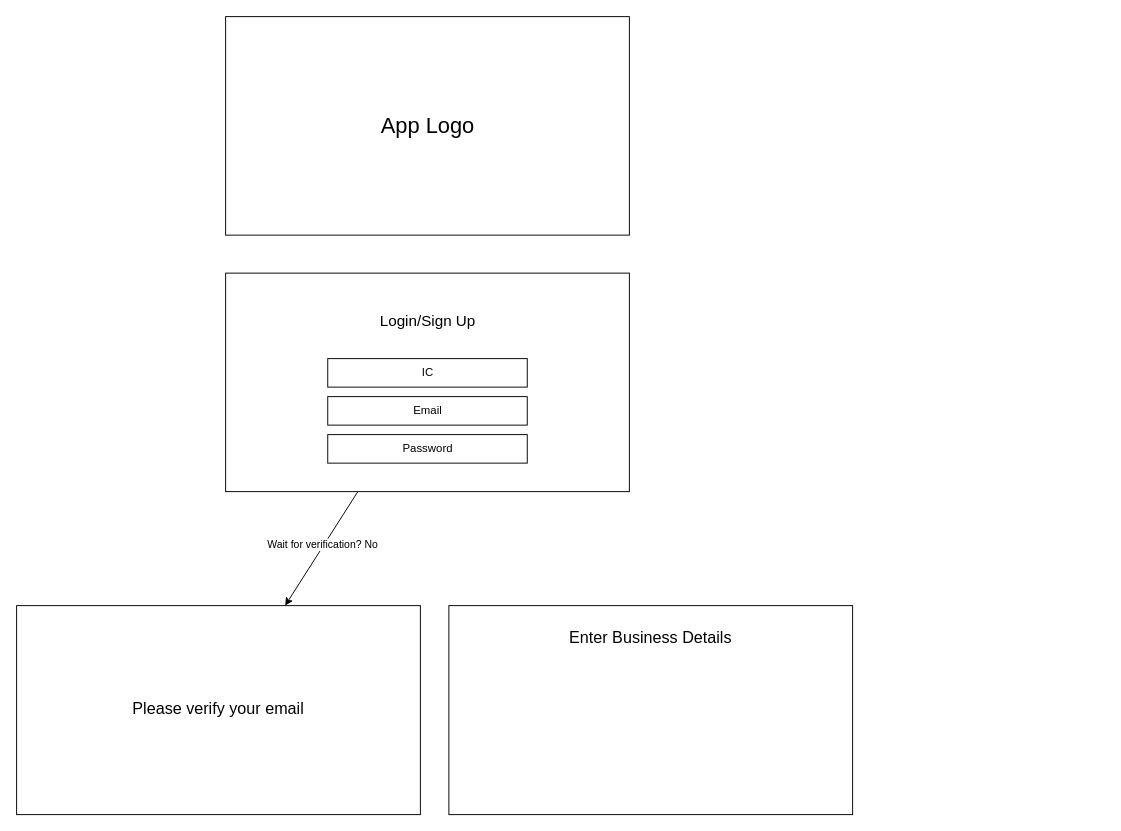
Before: eiv.drawio in yting27/drawio-examples, a draw.io diagram. Source tidied: cells renumbered, new cells numbered last; positions are measured from the earlier drawing's top-left corner, leaving out a move shared by most shapes. Both pictures are drawn from the tidied source at 95%, with x=0, y=0 at pixel (16, 16).
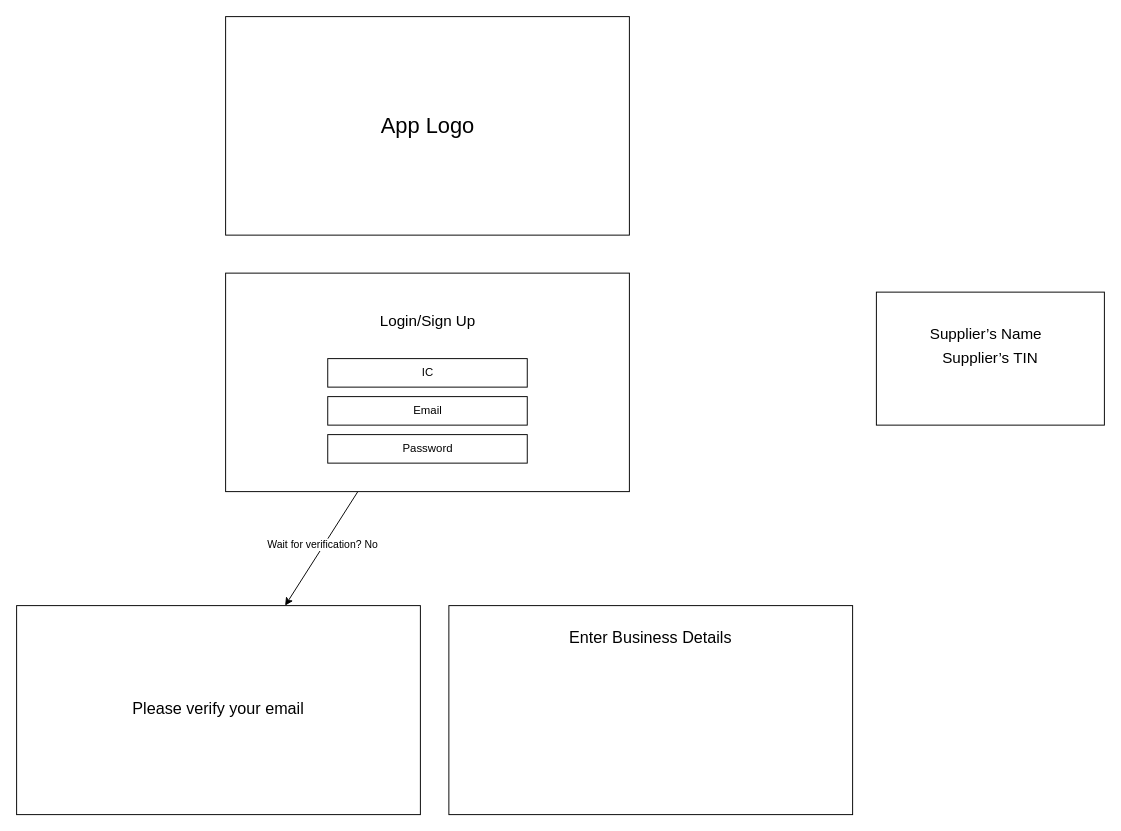
Above is the later version.

What changed in the source:
```diff
@@
 <mxGraphModel>
   <root>
     <mxCell id="0" />
     <mxCell id="1" parent="0" />
     <mxCell id="2" style="rounded=0;whiteSpace=wrap;html=1;" parent="1" vertex="1">
       <mxGeometry x="220" width="425" height="230" as="geometry" />
     </mxCell>
     <mxCell id="3" value="&lt;font style=&quot;font-size: 23px;&quot;&gt;App Logo&lt;/font&gt;" style="text;html=1;align=center;verticalAlign=middle;whiteSpace=wrap;rounded=0;" parent="1" vertex="1">
       <mxGeometry x="317.5" y="85" width="230" height="60" as="geometry" />
     </mxCell>
     <mxCell id="4" style="rounded=0;jettySize=auto;html=1;" parent="1" edge="1" source="6" target="11">
       <mxGeometry relative="1" as="geometry" />
     </mxCell>
     <mxCell id="5" value="Wait for verification? No" style="edgeLabel;html=1;align=center;verticalAlign=middle;" parent="4" vertex="1">
       <mxGeometry x="-0.04" y="-3" relative="1" as="geometry">
         <mxPoint x="1" as="offset" />
       </mxGeometry>
     </mxCell>
     <mxCell id="6" style="rounded=0;whiteSpace=wrap;html=1;" parent="1" vertex="1">
       <mxGeometry x="220" y="270" width="425" height="230" as="geometry" />
     </mxCell>
     <mxCell id="7" value="&lt;font style=&quot;font-size: 16px;&quot;&gt;Login/Sign Up&lt;/font&gt;" style="text;html=1;align=center;verticalAlign=middle;whiteSpace=wrap;rounded=0;" parent="1" vertex="1">
       <mxGeometry x="317.5" y="290" width="230" height="60" as="geometry" />
     </mxCell>
     <mxCell id="8" value="IC" style="rounded=0;whiteSpace=wrap;html=1;" parent="1" vertex="1">
       <mxGeometry x="327.5" y="360" width="210" height="30" as="geometry" />
     </mxCell>
     <mxCell id="9" value="Email" style="rounded=0;whiteSpace=wrap;html=1;" parent="1" vertex="1">
       <mxGeometry x="327.5" y="400" width="210" height="30" as="geometry" />
     </mxCell>
     <mxCell id="10" value="Password" style="rounded=0;whiteSpace=wrap;html=1;" parent="1" vertex="1">
       <mxGeometry x="327.5" y="440" width="210" height="30" as="geometry" />
     </mxCell>
     <mxCell id="11" style="rounded=0;whiteSpace=wrap;html=1;" parent="1" vertex="1">
       <mxGeometry y="620" width="425" height="220" as="geometry" />
     </mxCell>
     <mxCell id="12" value="&lt;font style=&quot;font-size: 17px;&quot;&gt;Please verify your email&lt;/font&gt;" style="text;html=1;align=center;verticalAlign=middle;whiteSpace=wrap;rounded=0;" parent="1" vertex="1">
       <mxGeometry x="111.2" y="715" width="202.5" height="30" as="geometry" />
     </mxCell>
     <mxCell id="13" style="rounded=0;whiteSpace=wrap;html=1;" parent="1" vertex="1">
       <mxGeometry x="455" y="620" width="425" height="220" as="geometry" />
     </mxCell>
     <mxCell id="14" value="&lt;font style=&quot;font-size: 17px;&quot;&gt;Enter Business Details&lt;/font&gt;" style="text;html=1;align=center;verticalAlign=middle;whiteSpace=wrap;rounded=0;" parent="1" vertex="1">
       <mxGeometry x="566.2" y="640" width="202.5" height="30" as="geometry" />
     </mxCell>
+    <mxCell id="15" value="&lt;span style=&quot;font-size: 12pt; line-height: 156%; font-family: Arial, sans-serif;&quot;&gt;Supplier’s Name&amp;nbsp;&amp;nbsp;&lt;/span&gt;&lt;div&gt;&lt;span style=&quot;font-size: 12pt; line-height: 156%; font-family: Arial, sans-serif;&quot;&gt;&lt;span style=&quot;&quot;&gt;Supplier’s TIN&lt;/span&gt;&lt;br&gt;&lt;/span&gt;&lt;/div&gt;&lt;div&gt;&lt;span style=&quot;font-size: 12pt; line-height: 156%; font-family: Arial, sans-serif;&quot;&gt;&lt;span style=&quot;&quot;&gt;&lt;br&gt;&lt;/span&gt;&lt;/span&gt;&lt;/div&gt;" style="rounded=0;whiteSpace=wrap;html=1;" parent="1" vertex="1">
+      <mxGeometry x="905" y="290" width="240" height="140" as="geometry" />
+    </mxCell>
   </root>
 </mxGraphModel>
```
